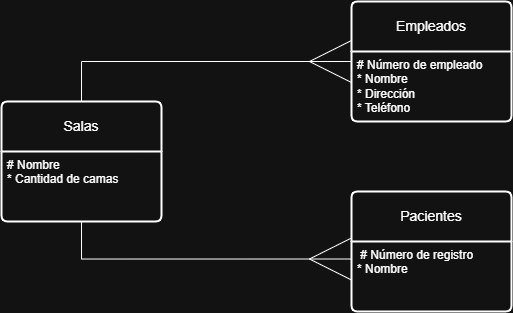
The draw.io diagram ModeloEntidadRelacion.png in miguel-cqr/EBD, before a commit. Source tidied: cells renumbered, new cells last; positions are measured from the earlier drawing's top-left corner, leaving out a move shared by most shapes.
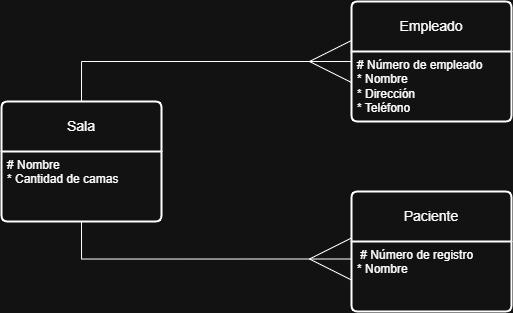
Above is the later version.

Diff of the diagram source:
```diff
@@ -2,19 +2,19 @@
   <root>
     <mxCell id="0" />
     <mxCell id="1" parent="0" />
-    <mxCell id="2" value="Pacientes" style="swimlane;horizontal=1;startSize=50;rounded=1;fontSize=14;fontStyle=0;strokeWidth=2;shadow=0;dashed=0;align=center;arcSize=4;whiteSpace=wrap;html=1;" parent="1" vertex="1">
+    <mxCell id="2" value="Paciente" style="swimlane;horizontal=1;startSize=50;rounded=1;fontSize=14;fontStyle=0;strokeWidth=2;shadow=0;dashed=0;align=center;arcSize=4;whiteSpace=wrap;html=1;" parent="1" vertex="1">
       <mxGeometry x="350" y="190" width="160" height="120" as="geometry" />
     </mxCell>
     <mxCell id="3" value="&amp;nbsp;# Número de registro&lt;div&gt;* Nombre&lt;/div&gt;" style="align=left;strokeColor=none;fillColor=none;spacingLeft=4;spacingRight=4;fontSize=12;verticalAlign=top;html=1;whiteSpace=wrap;" parent="2" vertex="1">
       <mxGeometry y="50" width="160" height="70" as="geometry" />
     </mxCell>
-    <mxCell id="4" value="Empleados" style="swimlane;horizontal=1;startSize=50;rounded=1;fontSize=14;fontStyle=0;strokeWidth=2;shadow=0;dashed=0;align=center;arcSize=4;whiteSpace=wrap;html=1;" parent="1" vertex="1">
+    <mxCell id="4" value="Empleado" style="swimlane;horizontal=1;startSize=50;rounded=1;fontSize=14;fontStyle=0;strokeWidth=2;shadow=0;dashed=0;align=center;arcSize=4;whiteSpace=wrap;html=1;" parent="1" vertex="1">
       <mxGeometry x="350" width="160" height="120" as="geometry" />
     </mxCell>
     <mxCell id="5" value="# Número de empleado&lt;div&gt;* Nombre&lt;/div&gt;&lt;div&gt;* Dirección&lt;/div&gt;&lt;div&gt;* Teléfono&lt;/div&gt;" style="align=left;strokeColor=none;fillColor=none;spacingLeft=4;spacingRight=4;fontSize=12;verticalAlign=top;html=1;whiteSpace=wrap;" parent="4" vertex="1">
       <mxGeometry y="50" width="160" height="70" as="geometry" />
     </mxCell>
-    <mxCell id="6" value="Salas" style="swimlane;horizontal=1;startSize=50;rounded=1;fontSize=14;fontStyle=0;strokeWidth=2;shadow=0;dashed=0;align=center;arcSize=4;whiteSpace=wrap;html=1;" parent="1" vertex="1">
+    <mxCell id="6" value="Sala" style="swimlane;horizontal=1;startSize=50;rounded=1;fontSize=14;fontStyle=0;strokeWidth=2;shadow=0;dashed=0;align=center;arcSize=4;whiteSpace=wrap;html=1;" parent="1" vertex="1">
       <mxGeometry y="100" width="160" height="120" as="geometry" />
     </mxCell>
     <mxCell id="7" value="# Nombre&lt;div&gt;* Cantidad de camas&lt;/div&gt;" style="align=left;strokeColor=none;fillColor=none;spacingLeft=4;spacingRight=4;fontSize=12;verticalAlign=top;html=1;whiteSpace=wrap;" parent="6" vertex="1">
```
